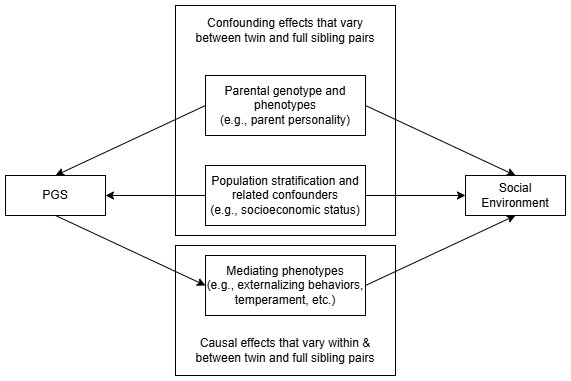
Earlier version of the draw.io export graphing/within_between.drawio.png (lichendong/2024_within_fam_rge). Source tidied: cells renumbered, new cells last; positions are measured from the earlier drawing's top-left corner, leaving out a move shared by most shapes. The source it was exported from:
```xml
<mxGraphModel>
  <root>
    <mxCell id="0" />
    <mxCell id="1" parent="0" />
    <mxCell id="2" style="rounded=0;whiteSpace=wrap;html=1;shadow=0;" parent="1" vertex="1">
      <mxGeometry x="170" y="240" width="220" height="130" as="geometry" />
    </mxCell>
    <mxCell id="3" style="rounded=0;whiteSpace=wrap;html=1;shadow=0;" parent="1" vertex="1">
      <mxGeometry x="170" width="220" height="230" as="geometry" />
    </mxCell>
    <mxCell id="4" style="edgeStyle=none;rounded=0;jettySize=auto;html=1;exitX=1;exitY=0.5;exitDx=0;exitDy=0;entryX=0.5;entryY=1;entryDx=0;entryDy=0;" parent="1" edge="1" source="5" target="6">
      <mxGeometry relative="1" as="geometry" />
    </mxCell>
    <mxCell id="5" value="Mediating phenotypes&lt;div&gt;(e.g., externalizing behaviors,&lt;/div&gt;&lt;div&gt;temperament, etc.)&lt;/div&gt;" style="rounded=0;whiteSpace=wrap;html=1;" parent="1" vertex="1">
      <mxGeometry x="200" y="250" width="160" height="60" as="geometry" />
    </mxCell>
    <mxCell id="6" value="Social Environment" style="rounded=0;whiteSpace=wrap;html=1;" parent="1" vertex="1">
      <mxGeometry x="460" y="170" width="100" height="40" as="geometry" />
    </mxCell>
    <mxCell id="7" style="edgeStyle=none;rounded=0;jettySize=auto;html=1;exitX=0.5;exitY=1;exitDx=0;exitDy=0;entryX=0;entryY=0.5;entryDx=0;entryDy=0;" parent="1" edge="1" source="8" target="5">
      <mxGeometry relative="1" as="geometry" />
    </mxCell>
    <mxCell id="8" value="PGS" style="rounded=0;whiteSpace=wrap;html=1;" parent="1" vertex="1">
      <mxGeometry y="170" width="100" height="40" as="geometry" />
    </mxCell>
    <mxCell id="9" style="edgeStyle=none;rounded=0;jettySize=auto;html=1;exitX=0;exitY=0.5;exitDx=0;exitDy=0;entryX=1;entryY=0.5;entryDx=0;entryDy=0;" parent="1" edge="1" source="11" target="8">
      <mxGeometry relative="1" as="geometry" />
    </mxCell>
    <mxCell id="10" style="edgeStyle=none;rounded=0;jettySize=auto;html=1;exitX=1;exitY=0.5;exitDx=0;exitDy=0;entryX=0;entryY=0.5;entryDx=0;entryDy=0;" parent="1" edge="1" source="11" target="6">
      <mxGeometry relative="1" as="geometry" />
    </mxCell>
    <mxCell id="11" value="Population stratification and related confounders&lt;div&gt;(e.g., socioeconomic status)&lt;/div&gt;" style="rounded=0;whiteSpace=wrap;html=1;" parent="1" vertex="1">
      <mxGeometry x="200" y="160" width="160" height="60" as="geometry" />
    </mxCell>
    <mxCell id="12" style="rounded=0;jettySize=auto;html=1;exitX=0;exitY=0.5;exitDx=0;exitDy=0;entryX=0.5;entryY=0;entryDx=0;entryDy=0;" parent="1" edge="1" source="14" target="8">
      <mxGeometry relative="1" as="geometry" />
    </mxCell>
    <mxCell id="13" style="rounded=0;jettySize=auto;html=1;exitX=1;exitY=0.5;exitDx=0;exitDy=0;entryX=0.5;entryY=0;entryDx=0;entryDy=0;" parent="1" edge="1" source="14" target="6">
      <mxGeometry relative="1" as="geometry" />
    </mxCell>
    <mxCell id="14" value="Parental genotype and phenotypes&lt;div&gt;(e.g., parent personality&lt;span style=&quot;background-color: transparent; color: light-dark(rgb(0, 0, 0), rgb(255, 255, 255));&quot;&gt;)&lt;/span&gt;&lt;/div&gt;" style="rounded=0;whiteSpace=wrap;html=1;" parent="1" vertex="1">
      <mxGeometry x="200" y="70" width="160" height="60" as="geometry" />
    </mxCell>
    <mxCell id="15" value="Confounding effects that vary between twin and full sibling pairs" style="text;html=1;align=center;verticalAlign=middle;whiteSpace=wrap;rounded=0;" parent="1" vertex="1">
      <mxGeometry x="180" y="10" width="200" height="30" as="geometry" />
    </mxCell>
    <mxCell id="16" value="Causal effects that vary within &amp;amp; between twin and full sibling pairs" style="text;html=1;align=center;verticalAlign=middle;whiteSpace=wrap;rounded=0;" parent="1" vertex="1">
      <mxGeometry x="180" y="330" width="200" height="30" as="geometry" />
    </mxCell>
  </root>
</mxGraphModel>
```
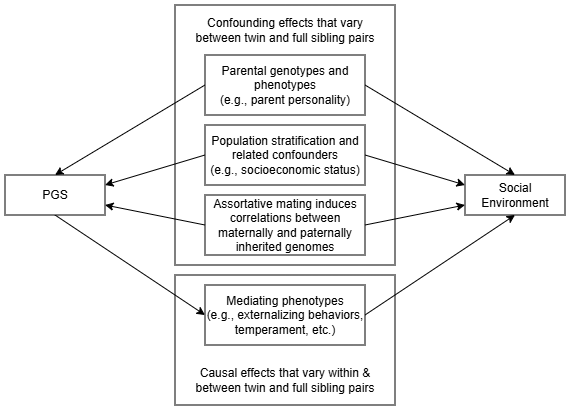
Above is the later version.

Diff of the diagram source:
```diff
@@ -3,16 +3,16 @@
     <mxCell id="0" />
     <mxCell id="1" parent="0" />
     <mxCell id="2" style="rounded=0;whiteSpace=wrap;html=1;shadow=0;" parent="1" vertex="1">
-      <mxGeometry x="170" y="240" width="220" height="130" as="geometry" />
+      <mxGeometry x="170" y="270" width="220" height="130" as="geometry" />
     </mxCell>
     <mxCell id="3" style="rounded=0;whiteSpace=wrap;html=1;shadow=0;" parent="1" vertex="1">
-      <mxGeometry x="170" width="220" height="230" as="geometry" />
+      <mxGeometry x="170" width="220" height="260" as="geometry" />
     </mxCell>
     <mxCell id="4" style="edgeStyle=none;rounded=0;jettySize=auto;html=1;exitX=1;exitY=0.5;exitDx=0;exitDy=0;entryX=0.5;entryY=1;entryDx=0;entryDy=0;" parent="1" edge="1" source="5" target="6">
       <mxGeometry relative="1" as="geometry" />
     </mxCell>
     <mxCell id="5" value="Mediating phenotypes&lt;div&gt;(e.g., externalizing behaviors,&lt;/div&gt;&lt;div&gt;temperament, etc.)&lt;/div&gt;" style="rounded=0;whiteSpace=wrap;html=1;" parent="1" vertex="1">
-      <mxGeometry x="200" y="250" width="160" height="60" as="geometry" />
+      <mxGeometry x="200" y="280" width="160" height="60" as="geometry" />
     </mxCell>
     <mxCell id="6" value="Social Environment" style="rounded=0;whiteSpace=wrap;html=1;" parent="1" vertex="1">
       <mxGeometry x="460" y="170" width="100" height="40" as="geometry" />
@@ -23,14 +23,14 @@
     <mxCell id="8" value="PGS" style="rounded=0;whiteSpace=wrap;html=1;" parent="1" vertex="1">
       <mxGeometry y="170" width="100" height="40" as="geometry" />
     </mxCell>
-    <mxCell id="9" style="edgeStyle=none;rounded=0;jettySize=auto;html=1;exitX=0;exitY=0.5;exitDx=0;exitDy=0;entryX=1;entryY=0.5;entryDx=0;entryDy=0;" parent="1" edge="1" source="11" target="8">
+    <mxCell id="9" style="edgeStyle=none;rounded=0;jettySize=auto;html=1;exitX=0;exitY=0.5;exitDx=0;exitDy=0;entryX=1;entryY=0.25;entryDx=0;entryDy=0;" parent="1" edge="1" source="11" target="8">
       <mxGeometry relative="1" as="geometry" />
     </mxCell>
-    <mxCell id="10" style="edgeStyle=none;rounded=0;jettySize=auto;html=1;exitX=1;exitY=0.5;exitDx=0;exitDy=0;entryX=0;entryY=0.5;entryDx=0;entryDy=0;" parent="1" edge="1" source="11" target="6">
+    <mxCell id="10" style="edgeStyle=none;rounded=0;jettySize=auto;html=1;exitX=1;exitY=0.5;exitDx=0;exitDy=0;entryX=0;entryY=0.25;entryDx=0;entryDy=0;" parent="1" edge="1" source="11" target="6">
       <mxGeometry relative="1" as="geometry" />
     </mxCell>
     <mxCell id="11" value="Population stratification and related confounders&lt;div&gt;(e.g., socioeconomic status)&lt;/div&gt;" style="rounded=0;whiteSpace=wrap;html=1;" parent="1" vertex="1">
-      <mxGeometry x="200" y="160" width="160" height="60" as="geometry" />
+      <mxGeometry x="200" y="120" width="160" height="60" as="geometry" />
     </mxCell>
     <mxCell id="12" style="rounded=0;jettySize=auto;html=1;exitX=0;exitY=0.5;exitDx=0;exitDy=0;entryX=0.5;entryY=0;entryDx=0;entryDy=0;" parent="1" edge="1" source="14" target="8">
       <mxGeometry relative="1" as="geometry" />
@@ -38,14 +38,23 @@
     <mxCell id="13" style="rounded=0;jettySize=auto;html=1;exitX=1;exitY=0.5;exitDx=0;exitDy=0;entryX=0.5;entryY=0;entryDx=0;entryDy=0;" parent="1" edge="1" source="14" target="6">
       <mxGeometry relative="1" as="geometry" />
     </mxCell>
-    <mxCell id="14" value="Parental genotype and phenotypes&lt;div&gt;(e.g., parent personality&lt;span style=&quot;background-color: transparent; color: light-dark(rgb(0, 0, 0), rgb(255, 255, 255));&quot;&gt;)&lt;/span&gt;&lt;/div&gt;" style="rounded=0;whiteSpace=wrap;html=1;" parent="1" vertex="1">
-      <mxGeometry x="200" y="70" width="160" height="60" as="geometry" />
+    <mxCell id="14" value="Parental genotypes and phenotypes&lt;div&gt;(e.g., parent personality&lt;span style=&quot;background-color: transparent; color: light-dark(rgb(0, 0, 0), rgb(255, 255, 255));&quot;&gt;)&lt;/span&gt;&lt;/div&gt;" style="rounded=0;whiteSpace=wrap;html=1;fontFamily=arial;" parent="1" vertex="1">
+      <mxGeometry x="200" y="50" width="160" height="60" as="geometry" />
     </mxCell>
-    <mxCell id="15" value="Confounding effects that vary between twin and full sibling pairs" style="text;html=1;align=center;verticalAlign=middle;whiteSpace=wrap;rounded=0;" parent="1" vertex="1">
+    <mxCell id="15" value="Confounding effects that vary between twin and full sibling pairs" style="text;html=1;align=center;verticalAlign=middle;whiteSpace=wrap;rounded=0;fontFamily=Helvetica;fontSize=12;" parent="1" vertex="1">
       <mxGeometry x="180" y="10" width="200" height="30" as="geometry" />
     </mxCell>
     <mxCell id="16" value="Causal effects that vary within &amp;amp; between twin and full sibling pairs" style="text;html=1;align=center;verticalAlign=middle;whiteSpace=wrap;rounded=0;" parent="1" vertex="1">
-      <mxGeometry x="180" y="330" width="200" height="30" as="geometry" />
+      <mxGeometry x="180" y="360" width="200" height="30" as="geometry" />
     </mxCell>
+    <mxCell id="17" value="Assortative mating induces correlations between maternally and paternally inherited genomes" style="rounded=0;whiteSpace=wrap;html=1;" parent="1" vertex="1">
+      <mxGeometry x="200" y="190" width="160" height="60" as="geometry" />
+    </mxCell>
+    <mxCell id="18" style="edgeStyle=none;rounded=0;jettySize=auto;html=1;exitX=0;exitY=0.5;exitDx=0;exitDy=0;entryX=1;entryY=0.75;entryDx=0;entryDy=0;" parent="1" edge="1" source="17" target="8">
+      <mxGeometry relative="1" as="geometry" />
+    </mxCell>
+    <mxCell id="19" style="edgeStyle=none;rounded=0;jettySize=auto;html=1;exitX=1;exitY=0.5;exitDx=0;exitDy=0;entryX=0;entryY=0.75;entryDx=0;entryDy=0;" parent="1" edge="1" source="17" target="6">
+      <mxGeometry relative="1" as="geometry" />
+    </mxCell>
   </root>
 </mxGraphModel>
```
